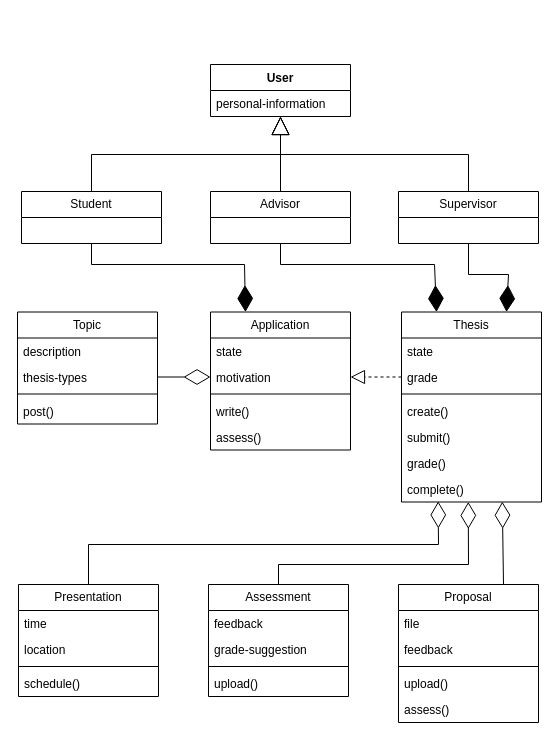
Above: analysis-object-modal.drawio in fabian-emilius/bachelor-thesis-charts (draw.io), before the change. Source tidied: cells renumbered, new cells numbered last; positions are measured from the earlier drawing's top-left corner, leaving out a move shared by most shapes. Both pictures are drawn from the tidied source at 100%, with x=0, y=0 at pixel (17, 64).
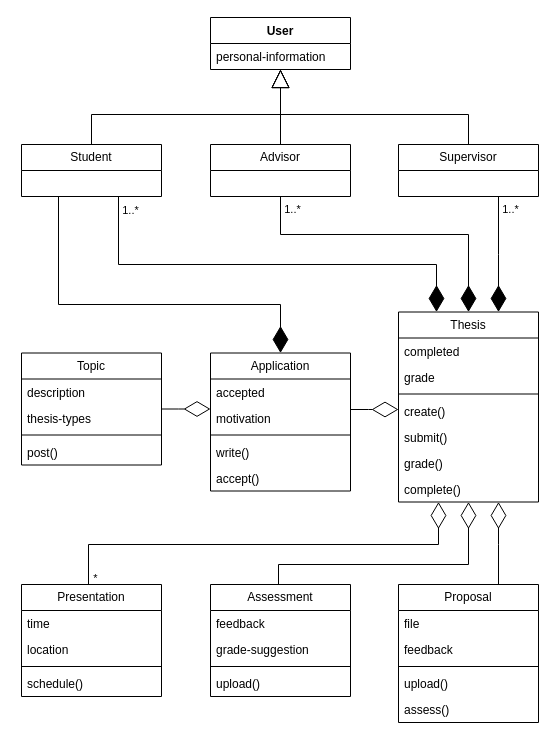
After the change.

The change refers to these unchanged cells:
```xml
<mxCell id="14" value="thesis-types" style="text;strokeColor=none;fillColor=none;align=left;verticalAlign=top;spacingLeft=4;spacingRight=4;overflow=hidden;points=[[0,0.5],[1,0.5]];portConstraint=eastwest;whiteSpace=wrap;html=1;" parent="12" vertex="1">
  <mxGeometry y="52" width="140" height="26" as="geometry" />
</mxCell>
<mxCell id="19" value="motivation" style="text;strokeColor=none;fillColor=none;align=left;verticalAlign=top;spacingLeft=4;spacingRight=4;overflow=hidden;points=[[0,0.5],[1,0.5]];portConstraint=eastwest;whiteSpace=wrap;html=1;" parent="17" vertex="1">
  <mxGeometry y="52" width="140" height="26" as="geometry" />
</mxCell>
<mxCell id="25" value="grade" style="text;strokeColor=none;fillColor=none;align=left;verticalAlign=top;spacingLeft=4;spacingRight=4;overflow=hidden;points=[[0,0.5],[1,0.5]];portConstraint=eastwest;whiteSpace=wrap;html=1;" parent="23" vertex="1">
  <mxGeometry y="52" width="140" height="26" as="geometry" />
</mxCell>
<mxCell id="30" value="complete()" style="text;strokeColor=none;fillColor=none;align=left;verticalAlign=top;spacingLeft=4;spacingRight=4;overflow=hidden;points=[[0,0.5],[1,0.5]];portConstraint=eastwest;whiteSpace=wrap;html=1;" parent="23" vertex="1">
  <mxGeometry y="164" width="140" height="26" as="geometry" />
</mxCell>
<mxCell id="41" value="Proposal" style="swimlane;fontStyle=0;horizontal=1;startSize=26;fillColor=none;whiteSpace=wrap;html=1;" parent="1" vertex="1">
  <mxGeometry x="381" y="520" width="140" height="138" as="geometry" />
</mxCell>
```

What changed in the source:
```diff
@@
-    <mxCell id="2" style="endArrow=diamondThin;endFill=0;endSize=24;html=1;rounded=0;entryX=0.262;entryY=0.977;entryDx=0;entryDy=0;exitX=0.5;exitY=0;exitDx=0;exitDy=0;entryPerimeter=0;" parent="1" edge="1" source="31" target="30">
+    <mxCell id="2" style="endArrow=diamondThin;endFill=0;endSize=24;html=1;rounded=0;edgeStyle=orthogonalEdgeStyle;" parent="1" edge="1" source="31" target="23">
       <mxGeometry relative="1" as="geometry">
         <Array as="points">
           <mxPoint x="71" y="480" />
           <mxPoint x="421" y="480" />
         </Array>
       </mxGeometry>
     </mxCell>
+    <mxCell id="53" value="*" style="edgeLabel;html=1;align=center;verticalAlign=middle;" parent="2" vertex="1">
+      <mxGeometry x="-0.93" relative="1" as="geometry">
+        <mxPoint x="6" y="8" as="offset" />
+      </mxGeometry>
+    </mxCell>
-    <mxCell id="3" style="endArrow=diamondThin;endFill=0;endSize=24;html=1;rounded=0;exitX=0.75;exitY=0;exitDx=0;exitDy=0;entryX=0.72;entryY=0.989;entryDx=0;entryDy=0;entryPerimeter=0;" parent="1" edge="1" source="41" target="30">
-      <mxGeometry relative="1" as="geometry" />
+    <mxCell id="3" style="endArrow=diamondThin;endFill=0;endSize=24;html=1;rounded=0;edgeStyle=orthogonalEdgeStyle;" parent="1" edge="1" source="41" target="23">
+      <mxGeometry relative="1" as="geometry">
+        <Array as="points">
+          <mxPoint x="481" y="480" />
+          <mxPoint x="481" y="480" />
+        </Array>
+      </mxGeometry>
     </mxCell>
-    <mxCell id="4" style="endArrow=diamondThin;endFill=0;endSize=24;html=1;rounded=0;exitX=0.5;exitY=0;exitDx=0;exitDy=0;entryX=0.477;entryY=0.998;entryDx=0;entryDy=0;entryPerimeter=0;" parent="1" edge="1" source="36" target="30">
+    <mxCell id="4" style="endArrow=diamondThin;endFill=0;endSize=24;html=1;rounded=0;edgeStyle=orthogonalEdgeStyle;" parent="1" edge="1" source="36" target="23">
       <mxGeometry relative="1" as="geometry">
         <Array as="points">
           <mxPoint x="261" y="500" />
           <mxPoint x="451" y="500" />
         </Array>
       </mxGeometry>
     </mxCell>
-    <mxCell id="5" style="endArrow=diamondThin;endFill=1;endSize=24;html=1;rounded=0;exitX=0.5;exitY=1;exitDx=0;exitDy=0;entryX=0.25;entryY=0;entryDx=0;entryDy=0;" parent="1" edge="1" source="11" target="23">
+    <mxCell id="5" style="endArrow=diamondThin;endFill=1;endSize=24;html=1;rounded=0;edgeStyle=orthogonalEdgeStyle;" parent="1" edge="1" source="11" target="23">
       <mxGeometry relative="1" as="geometry">
         <Array as="points">
-          <mxPoint x="263" y="200" />
-          <mxPoint x="417" y="200" />
+          <mxPoint x="263" y="170" />
+          <mxPoint x="451" y="170" />
         </Array>
       </mxGeometry>
     </mxCell>
+    <mxCell id="54" value="1..*" style="edgeLabel;html=1;align=center;verticalAlign=middle;" parent="5" vertex="1">
+      <mxGeometry x="-0.87" relative="1" as="geometry">
+        <mxPoint x="11" y="-8" as="offset" />
+      </mxGeometry>
+    </mxCell>
-    <mxCell id="6" style="endArrow=diamondThin;endFill=1;endSize=24;html=1;rounded=0;entryX=0.75;entryY=0;entryDx=0;entryDy=0;" parent="1" edge="1" source="10" target="23">
+    <mxCell id="6" style="endArrow=diamondThin;endFill=1;endSize=24;html=1;rounded=0;edgeStyle=orthogonalEdgeStyle;" parent="1" edge="1" source="10" target="23">
       <mxGeometry relative="1" as="geometry">
         <Array as="points">
-          <mxPoint x="451" y="210" />
-          <mxPoint x="491" y="210" />
+          <mxPoint x="481" y="190" />
+          <mxPoint x="481" y="190" />
         </Array>
       </mxGeometry>
     </mxCell>
+    <mxCell id="55" value="1..*" style="edgeLabel;html=1;align=center;verticalAlign=middle;" parent="6" vertex="1">
+      <mxGeometry x="-0.71" y="1" relative="1" as="geometry">
+        <mxPoint x="10" y="-5" as="offset" />
+      </mxGeometry>
+    </mxCell>
-    <mxCell id="7" style="endArrow=diamondThin;endFill=0;endSize=24;html=1;rounded=0;exitX=1;exitY=0.5;exitDx=0;exitDy=0;entryX=0;entryY=0.5;entryDx=0;entryDy=0;" parent="1" edge="1" source="14" target="19">
-      <mxGeometry relative="1" as="geometry" />
+    <mxCell id="7" style="endArrow=diamondThin;endFill=0;endSize=24;html=1;rounded=0;edgeStyle=orthogonalEdgeStyle;" parent="1" edge="1" source="12" target="17">
+      <mxGeometry relative="1" as="geometry">
+        <Array as="points">
+          <mxPoint x="161" y="345" />
+          <mxPoint x="161" y="345" />
+        </Array>
+      </mxGeometry>
     </mxCell>
-    <mxCell id="8" style="endArrow=diamondThin;endFill=1;endSize=24;html=1;rounded=0;exitX=0.5;exitY=1;exitDx=0;exitDy=0;entryX=0.25;entryY=0;entryDx=0;entryDy=0;" parent="1" edge="1" source="9" target="17">
+    <mxCell id="8" style="endArrow=diamondThin;endFill=1;endSize=24;html=1;rounded=0;edgeStyle=orthogonalEdgeStyle;" parent="1" edge="1" source="9" target="17">
       <mxGeometry relative="1" as="geometry">
         <Array as="points">
-          <mxPoint x="74" y="200" />
-          <mxPoint x="227" y="200" />
+          <mxPoint x="41" y="240" />
+          <mxPoint x="263" y="240" />
         </Array>
       </mxGeometry>
     </mxCell>
     <mxCell id="9" value="Student" style="swimlane;fontStyle=0;horizontal=1;startSize=26;fillColor=none;whiteSpace=wrap;html=1;" parent="1" vertex="1">
-      <mxGeometry x="4" y="127" width="140" height="52" as="geometry" />
+      <mxGeometry x="4" y="80" width="140" height="52" as="geometry" />
     </mxCell>
     <mxCell id="10" value="Supervisor" style="swimlane;fontStyle=0;horizontal=1;startSize=26;fillColor=none;whiteSpace=wrap;html=1;" parent="1" vertex="1">
-      <mxGeometry x="381" y="127" width="140" height="52" as="geometry" />
+      <mxGeometry x="381" y="80" width="140" height="52" as="geometry" />
     </mxCell>
     <mxCell id="11" value="Advisor" style="swimlane;fontStyle=0;horizontal=1;startSize=26;fillColor=none;whiteSpace=wrap;html=1;" parent="1" vertex="1">
-      <mxGeometry x="193" y="127" width="140" height="52" as="geometry" />
+      <mxGeometry x="193" y="80" width="140" height="52" as="geometry" />
     </mxCell>
     <mxCell id="12" value="Topic" style="swimlane;fontStyle=0;horizontal=1;startSize=26;fillColor=none;whiteSpace=wrap;html=1;" parent="1" vertex="1">
-      <mxGeometry y="247.5" width="140" height="112" as="geometry" />
+      <mxGeometry x="4" y="288.5" width="140" height="112" as="geometry" />
     </mxCell>
@@
     <mxCell id="17" value="Application" style="swimlane;fontStyle=0;horizontal=1;startSize=26;fillColor=none;whiteSpace=wrap;html=1;" parent="1" vertex="1">
-      <mxGeometry x="193" y="247.5" width="140" height="138" as="geometry" />
+      <mxGeometry x="193" y="288.5" width="140" height="138" as="geometry" />
     </mxCell>
-    <mxCell id="18" value="state" style="text;strokeColor=none;fillColor=none;align=left;verticalAlign=top;spacingLeft=4;spacingRight=4;overflow=hidden;whiteSpace=wrap;html=1;" parent="17" vertex="1">
+    <mxCell id="18" value="accepted" style="text;strokeColor=none;fillColor=none;align=left;verticalAlign=top;spacingLeft=4;spacingRight=4;overflow=hidden;whiteSpace=wrap;html=1;" parent="17" vertex="1">
       <mxGeometry y="26" width="140" height="26" as="geometry" />
     </mxCell>
@@
-    <mxCell id="22" value="assess()" style="text;strokeColor=none;fillColor=none;align=left;verticalAlign=top;spacingLeft=4;spacingRight=4;overflow=hidden;whiteSpace=wrap;html=1;" parent="17" vertex="1">
+    <mxCell id="22" value="accept()" style="text;strokeColor=none;fillColor=none;align=left;verticalAlign=top;spacingLeft=4;spacingRight=4;overflow=hidden;whiteSpace=wrap;html=1;" parent="17" vertex="1">
       <mxGeometry y="112" width="140" height="26" as="geometry" />
     </mxCell>
     <mxCell id="23" value="Thesis" style="swimlane;fontStyle=0;horizontal=1;startSize=26;fillColor=none;whiteSpace=wrap;html=1;" parent="1" vertex="1">
-      <mxGeometry x="384" y="247.5" width="140" height="190" as="geometry" />
+      <mxGeometry x="381" y="247.5" width="140" height="190" as="geometry" />
     </mxCell>
-    <mxCell id="24" value="state" style="text;strokeColor=none;fillColor=none;align=left;verticalAlign=top;spacingLeft=4;spacingRight=4;overflow=hidden;whiteSpace=wrap;html=1;" parent="23" vertex="1">
+    <mxCell id="24" value="completed" style="text;strokeColor=none;fillColor=none;align=left;verticalAlign=top;spacingLeft=4;spacingRight=4;overflow=hidden;whiteSpace=wrap;html=1;" parent="23" vertex="1">
       <mxGeometry y="26" width="140" height="26" as="geometry" />
     </mxCell>
@@
     <mxCell id="31" value="Presentation" style="swimlane;fontStyle=0;horizontal=1;startSize=26;fillColor=none;whiteSpace=wrap;html=1;" parent="1" vertex="1">
-      <mxGeometry x="1" y="520" width="140" height="112" as="geometry" />
+      <mxGeometry x="4" y="520" width="140" height="112" as="geometry" />
     </mxCell>
@@
     <mxCell id="36" value="Assessment" style="swimlane;fontStyle=0;horizontal=1;startSize=26;fillColor=none;whiteSpace=wrap;html=1;" parent="1" vertex="1">
-      <mxGeometry x="191" y="520" width="140" height="112" as="geometry" />
+      <mxGeometry x="193" y="520" width="140" height="112" as="geometry" />
     </mxCell>
@@
-    <mxCell id="47" style="endArrow=block;endSize=16;endFill=0;html=1;rounded=0;exitX=0.5;exitY=0;exitDx=0;exitDy=0;" parent="1" edge="1" source="9" target="50">
+    <mxCell id="47" style="endArrow=block;endSize=16;endFill=0;html=1;rounded=0;edgeStyle=orthogonalEdgeStyle;" parent="1" edge="1" source="9" target="50">
       <mxGeometry relative="1" as="geometry">
         <Array as="points">
-          <mxPoint x="74" y="90" />
-          <mxPoint x="263" y="90" />
+          <mxPoint x="74" y="50" />
+          <mxPoint x="263" y="50" />
         </Array>
       </mxGeometry>
     </mxCell>
-    <mxCell id="48" style="endArrow=block;endSize=16;endFill=0;html=1;rounded=0;exitX=0.5;exitY=0;exitDx=0;exitDy=0;" parent="1" edge="1" source="11" target="50">
+    <mxCell id="48" style="endArrow=block;endSize=16;endFill=0;html=1;rounded=0;edgeStyle=orthogonalEdgeStyle;" parent="1" edge="1" source="11" target="50">
       <mxGeometry relative="1" as="geometry" />
     </mxCell>
-    <mxCell id="49" style="endArrow=block;endSize=16;endFill=0;html=1;rounded=0;exitX=0.5;exitY=0;exitDx=0;exitDy=0;" parent="1" edge="1" source="10" target="50">
+    <mxCell id="49" style="endArrow=block;endSize=16;endFill=0;html=1;rounded=0;edgeStyle=orthogonalEdgeStyle;" parent="1" edge="1" source="10" target="50">
       <mxGeometry relative="1" as="geometry">
         <Array as="points">
-          <mxPoint x="451" y="90" />
-          <mxPoint x="263" y="90" />
+          <mxPoint x="451" y="50" />
+          <mxPoint x="263" y="50" />
         </Array>
       </mxGeometry>
     </mxCell>
     <mxCell id="50" value="User" style="swimlane;fontStyle=1;align=center;verticalAlign=top;horizontal=1;startSize=26;whiteSpace=wrap;html=1;" parent="1" vertex="1">
-      <mxGeometry x="193" width="140" height="52" as="geometry" />
+      <mxGeometry x="193" y="-47" width="140" height="52" as="geometry" />
     </mxCell>
@@
-    <mxCell id="52" style="endArrow=block;dashed=1;endFill=0;endSize=12;html=1;rounded=0;exitX=0;exitY=0.5;exitDx=0;exitDy=0;entryX=1;entryY=0.5;entryDx=0;entryDy=0;" parent="1" edge="1" source="25" target="19">
-      <mxGeometry relative="1" as="geometry" />
-    </mxCell>
+    <mxCell id="56" style="endArrow=diamondThin;endFill=1;endSize=24;html=1;rounded=0;edgeStyle=orthogonalEdgeStyle;" parent="1" edge="1" source="9" target="23">
+      <mxGeometry relative="1" as="geometry">
+        <Array as="points">
+          <mxPoint x="101" y="200" />
+          <mxPoint x="419" y="200" />
+        </Array>
+      </mxGeometry>
+    </mxCell>
+    <mxCell id="57" value="1..*" style="edgeLabel;html=1;align=center;verticalAlign=middle;" parent="56" vertex="1">
+      <mxGeometry x="-0.9" y="-2" relative="1" as="geometry">
+        <mxPoint x="13" y="-9" as="offset" />
+      </mxGeometry>
+    </mxCell>
+    <mxCell id="58" style="endArrow=diamondThin;endFill=0;endSize=24;html=1;rounded=0;edgeStyle=orthogonalEdgeStyle;" parent="1" edge="1">
+      <mxGeometry relative="1" as="geometry">
+        <mxPoint x="333" y="345" as="sourcePoint" />
+        <mxPoint x="381" y="345" as="targetPoint" />
+        <Array as="points">
+          <mxPoint x="351" y="345" />
+          <mxPoint x="351" y="345" />
+        </Array>
+      </mxGeometry>
+    </mxCell>
```
